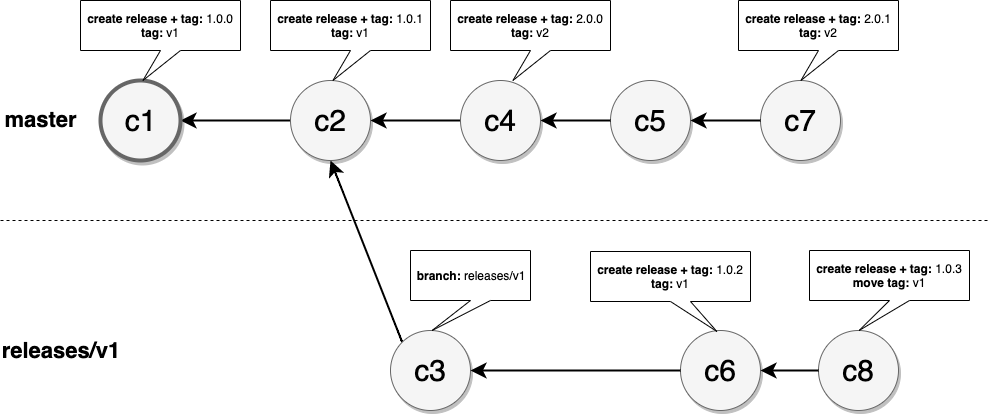
actions/toolkit keeps this draw.io diagram as docs/assets/action-releases.png. Above is the earlier version. Source tidied: cells renumbered, new cells last; positions are measured from the earlier drawing's top-left corner, leaving out a move shared by most shapes.
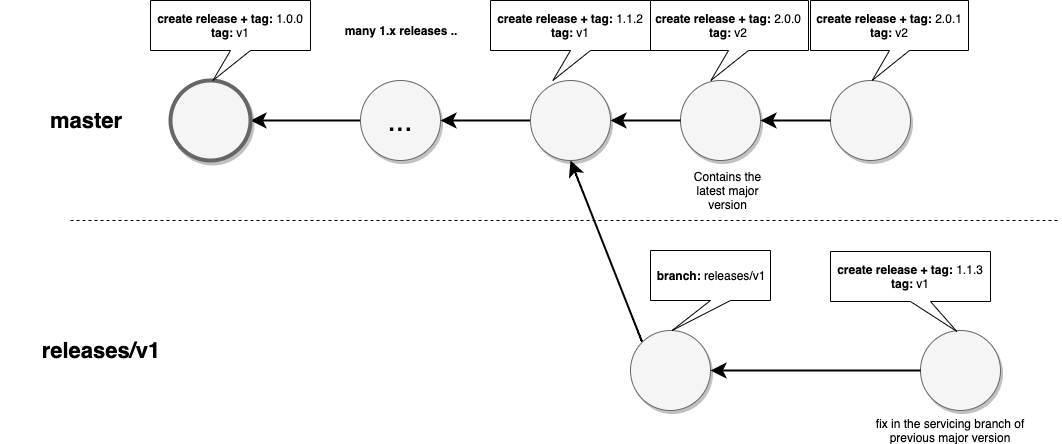
Above is the later version.

Commit message:
update versioning docs for new major versions

The edit, as a diff of the source:
```diff
@@ -5,43 +5,45 @@
     <mxCell id="2" style="edgeStyle=none;curved=1;html=1;startSize=10;endArrow=classic;endFill=1;endSize=10;strokeColor=#000000;strokeWidth=2;fontSize=12;entryX=1;entryY=0.5;entryDx=0;entryDy=0;exitX=0;exitY=0.5;exitDx=0;exitDy=0;" parent="1" edge="1" source="6" target="4">
       <mxGeometry relative="1" as="geometry" />
     </mxCell>
-    <mxCell id="3" style="edgeStyle=none;curved=1;html=1;startSize=10;endFill=1;endSize=10;strokeWidth=2;fontSize=12;exitX=0;exitY=0;exitDx=0;exitDy=0;entryX=0.5;entryY=1;entryDx=0;entryDy=0;" parent="1" edge="1" source="7" target="6">
-      <mxGeometry relative="1" as="geometry" />
+    <mxCell id="3" style="edgeStyle=none;curved=1;html=1;startSize=10;endFill=1;endSize=10;strokeWidth=2;fontSize=12;exitX=0;exitY=0;exitDx=0;exitDy=0;entryX=0.5;entryY=1;entryDx=0;entryDy=0;" parent="1" edge="1" source="7">
+      <mxGeometry relative="1" as="geometry">
+        <mxPoint x="500" y="160" as="targetPoint" />
+      </mxGeometry>
     </mxCell>
-    <mxCell id="4" value="c1" style="ellipse;whiteSpace=wrap;html=1;rounded=0;shadow=1;strokeColor=#666666;strokeWidth=4;fontSize=30;align=center;fillColor=#f5f5f5;" parent="1" vertex="1">
+    <mxCell id="4" style="ellipse;whiteSpace=wrap;html=1;rounded=0;shadow=1;strokeColor=#666666;strokeWidth=4;fontSize=30;align=center;fillColor=#f5f5f5;" parent="1" vertex="1">
       <mxGeometry x="100" y="80" width="80" height="80" as="geometry" />
     </mxCell>
     <mxCell id="5" style="edgeStyle=none;curved=1;html=1;startSize=10;endFill=1;endSize=10;strokeWidth=2;fontSize=12;exitX=0;exitY=0.5;exitDx=0;exitDy=0;entryX=1;entryY=0.5;entryDx=0;entryDy=0;" parent="1" edge="1" source="10" target="6">
       <mxGeometry relative="1" as="geometry" />
     </mxCell>
-    <mxCell id="6" value="c2" style="ellipse;whiteSpace=wrap;html=1;rounded=0;shadow=1;strokeColor=#666666;strokeWidth=1;fontSize=30;align=center;fillColor=#f5f5f5;" parent="1" vertex="1">
+    <mxCell id="6" value="..." style="ellipse;whiteSpace=wrap;html=1;rounded=0;shadow=1;strokeColor=#666666;strokeWidth=1;fontSize=30;align=center;fillColor=#f5f5f5;" parent="1" vertex="1">
       <mxGeometry x="290" y="80" width="80" height="80" as="geometry" />
     </mxCell>
-    <mxCell id="7" value="c3" style="ellipse;whiteSpace=wrap;html=1;rounded=0;shadow=1;strokeColor=#666666;strokeWidth=1;fontSize=30;align=center;fillColor=#f5f5f5;" parent="1" vertex="1">
-      <mxGeometry x="390" y="330" width="80" height="80" as="geometry" />
+    <mxCell id="7" style="ellipse;whiteSpace=wrap;html=1;rounded=0;shadow=1;strokeColor=#666666;strokeWidth=1;fontSize=30;align=center;fillColor=#f5f5f5;" parent="1" vertex="1">
+      <mxGeometry x="560" y="330" width="80" height="80" as="geometry" />
     </mxCell>
-    <mxCell id="8" value="c5" style="ellipse;whiteSpace=wrap;html=1;rounded=0;shadow=1;strokeColor=#666666;strokeWidth=1;fontSize=30;align=center;fillColor=#f5f5f5;" parent="1" vertex="1">
+    <mxCell id="8" style="ellipse;whiteSpace=wrap;html=1;rounded=0;shadow=1;strokeColor=#666666;strokeWidth=1;fontSize=30;align=center;fillColor=#f5f5f5;" parent="1" vertex="1">
       <mxGeometry x="610" y="80" width="80" height="80" as="geometry" />
     </mxCell>
     <mxCell id="9" style="edgeStyle=none;curved=1;html=1;startSize=10;endFill=1;endSize=10;strokeWidth=2;fontSize=12;exitX=0;exitY=0.5;exitDx=0;exitDy=0;entryX=1;entryY=0.5;entryDx=0;entryDy=0;" parent="1" edge="1" source="8" target="10">
       <mxGeometry relative="1" as="geometry" />
     </mxCell>
-    <mxCell id="10" value="c4" style="ellipse;whiteSpace=wrap;html=1;rounded=0;shadow=1;strokeColor=#666666;strokeWidth=1;fontSize=30;align=center;fillColor=#f5f5f5;" parent="1" vertex="1">
+    <mxCell id="10" style="ellipse;whiteSpace=wrap;html=1;rounded=0;shadow=1;strokeColor=#666666;strokeWidth=1;fontSize=30;align=center;fillColor=#f5f5f5;" parent="1" vertex="1">
       <mxGeometry x="460" y="80" width="80" height="80" as="geometry" />
     </mxCell>
     <mxCell id="11" value="&lt;b&gt;branch:&lt;/b&gt;&amp;nbsp;releases/v1" style="shape=callout;whiteSpace=wrap;html=1;perimeter=calloutPerimeter;position2=0.18;" parent="1" vertex="1">
-      <mxGeometry x="410" y="250" width="120" height="80" as="geometry" />
+      <mxGeometry x="580" y="250" width="120" height="80" as="geometry" />
     </mxCell>
-    <mxCell id="12" value="c6" style="ellipse;whiteSpace=wrap;html=1;rounded=0;shadow=1;strokeColor=#666666;strokeWidth=1;fontSize=30;align=center;fillColor=#f5f5f5;" parent="1" vertex="1">
-      <mxGeometry x="680" y="330" width="80" height="80" as="geometry" />
+    <mxCell id="12" style="ellipse;whiteSpace=wrap;html=1;rounded=0;shadow=1;strokeColor=#666666;strokeWidth=1;fontSize=30;align=center;fillColor=#f5f5f5;" parent="1" vertex="1">
+      <mxGeometry x="850" y="330" width="80" height="80" as="geometry" />
     </mxCell>
     <mxCell id="13" style="edgeStyle=none;curved=1;html=1;startSize=10;endFill=1;endSize=10;strokeWidth=2;fontSize=12;exitX=0;exitY=0.5;exitDx=0;exitDy=0;entryX=1;entryY=0.5;entryDx=0;entryDy=0;" parent="1" edge="1" source="12" target="7">
       <mxGeometry relative="1" as="geometry" />
     </mxCell>
-    <mxCell id="14" value="&lt;b&gt;create release + tag:&lt;/b&gt; 1.0.2&lt;br&gt;&lt;b&gt;tag:&lt;/b&gt; v1" style="shape=callout;whiteSpace=wrap;html=1;perimeter=calloutPerimeter;position2=0.79;" parent="1" vertex="1">
-      <mxGeometry x="590" y="251" width="160" height="80" as="geometry" />
+    <mxCell id="14" value="&lt;b&gt;create release + tag:&lt;/b&gt; 1.1.3&lt;br&gt;&lt;b&gt;tag:&lt;/b&gt; v1" style="shape=callout;whiteSpace=wrap;html=1;perimeter=calloutPerimeter;position2=0.79;" parent="1" vertex="1">
+      <mxGeometry x="760" y="251" width="160" height="80" as="geometry" />
     </mxCell>
-    <mxCell id="15" value="c7" style="ellipse;whiteSpace=wrap;html=1;rounded=0;shadow=1;strokeColor=#666666;strokeWidth=1;fontSize=30;align=center;fillColor=#f5f5f5;" parent="1" vertex="1">
+    <mxCell id="15" style="ellipse;whiteSpace=wrap;html=1;rounded=0;shadow=1;strokeColor=#666666;strokeWidth=1;fontSize=30;align=center;fillColor=#f5f5f5;" parent="1" vertex="1">
       <mxGeometry x="760" y="80" width="80" height="80" as="geometry" />
     </mxCell>
     <mxCell id="16" style="edgeStyle=none;curved=1;html=1;startSize=10;endFill=1;endSize=10;strokeWidth=2;fontSize=12;exitX=0;exitY=0.5;exitDx=0;exitDy=0;" parent="1" edge="1" source="15">
@@ -49,20 +51,11 @@
         <mxPoint x="690" y="120" as="targetPoint" />
       </mxGeometry>
     </mxCell>
-    <mxCell id="17" value="c8" style="ellipse;whiteSpace=wrap;html=1;rounded=0;shadow=1;strokeColor=#666666;strokeWidth=1;fontSize=30;align=center;fillColor=#f5f5f5;" parent="1" vertex="1">
-      <mxGeometry x="818" y="330" width="80" height="80" as="geometry" />
-    </mxCell>
-    <mxCell id="18" style="edgeStyle=none;curved=1;html=1;startSize=10;endFill=1;endSize=10;strokeWidth=2;fontSize=12;exitX=0;exitY=0.5;exitDx=0;exitDy=0;entryX=1;entryY=0.5;entryDx=0;entryDy=0;" parent="1" edge="1" source="17" target="12">
-      <mxGeometry relative="1" as="geometry" />
-    </mxCell>
-    <mxCell id="19" value="&lt;b&gt;create release + tag:&lt;/b&gt; 1.0.3&lt;br&gt;&lt;b&gt;move tag:&lt;/b&gt; v1" style="shape=callout;whiteSpace=wrap;html=1;perimeter=calloutPerimeter;position2=0.31;" parent="1" vertex="1">
-      <mxGeometry x="809" y="250" width="160" height="80" as="geometry" />
-    </mxCell>
     <mxCell id="20" value="master" style="text;html=1;strokeColor=none;fillColor=none;align=center;verticalAlign=middle;whiteSpace=wrap;rounded=0;fontStyle=1;fontSize=22;" parent="1" vertex="1">
-      <mxGeometry x="10" y="109" width="60" height="20" as="geometry" />
+      <mxGeometry x="-70" y="110" width="170" height="19" as="geometry" />
     </mxCell>
     <mxCell id="21" value="releases/v1" style="text;html=1;strokeColor=none;fillColor=none;align=center;verticalAlign=middle;whiteSpace=wrap;rounded=0;fontStyle=1;fontSize=22;" parent="1" vertex="1">
-      <mxGeometry y="340" width="120" height="20" as="geometry" />
+      <mxGeometry x="-30" y="340" width="120" height="20" as="geometry" />
     </mxCell>
     <mxCell id="22" style="endArrow=none;dashed=1;html=1;fontSize=22;" parent="1" edge="1">
       <mxGeometry relative="1" as="geometry">
@@ -70,17 +63,26 @@
         <mxPoint x="990" y="220" as="targetPoint" />
       </mxGeometry>
     </mxCell>
-    <mxCell id="23" value="&lt;b&gt;create release + tag:&lt;/b&gt; 1.0.1&lt;br&gt;&lt;b&gt;tag:&lt;/b&gt; v1" style="shape=callout;whiteSpace=wrap;html=1;perimeter=calloutPerimeter;position2=0.39;" parent="1" vertex="1">
-      <mxGeometry x="270" width="160" height="80" as="geometry" />
-    </mxCell>
     <mxCell id="24" value="&lt;b&gt;create release + tag:&lt;/b&gt; 1.0.0&lt;br&gt;&lt;b&gt;tag:&lt;/b&gt; v1" style="shape=callout;whiteSpace=wrap;html=1;perimeter=calloutPerimeter;position2=0.39;" parent="1" vertex="1">
       <mxGeometry x="80" width="160" height="80" as="geometry" />
     </mxCell>
     <mxCell id="25" value="&lt;b&gt;create release + tag:&lt;/b&gt;&amp;nbsp;2.0.0&lt;br&gt;&lt;b&gt;tag:&lt;/b&gt; v2" style="shape=callout;whiteSpace=wrap;html=1;perimeter=calloutPerimeter;position2=0.39;" parent="1" vertex="1">
-      <mxGeometry x="450" width="160" height="80" as="geometry" />
+      <mxGeometry x="578" width="160" height="80" as="geometry" />
     </mxCell>
     <mxCell id="26" value="&lt;b&gt;create release + tag:&lt;/b&gt;&amp;nbsp;2.0.1&lt;br&gt;&lt;b&gt;tag:&lt;/b&gt; v2" style="shape=callout;whiteSpace=wrap;html=1;perimeter=calloutPerimeter;position2=0.39;" parent="1" vertex="1">
-      <mxGeometry x="738" width="160" height="80" as="geometry" />
+      <mxGeometry x="740" width="158" height="80" as="geometry" />
     </mxCell>
+    <mxCell id="27" value="&lt;b&gt;create release + tag:&lt;/b&gt; 1.1.2&lt;br&gt;&lt;b&gt;tag:&lt;/b&gt; v1" style="shape=callout;whiteSpace=wrap;html=1;perimeter=calloutPerimeter;position2=0.39;" parent="1" vertex="1">
+      <mxGeometry x="420" width="160" height="80" as="geometry" />
+    </mxCell>
+    <mxCell id="28" value="many 1.x releases .." style="text;html=1;strokeColor=none;fillColor=none;align=center;verticalAlign=middle;whiteSpace=wrap;rounded=0;fontStyle=1;" parent="1" vertex="1">
+      <mxGeometry x="265" y="20" width="130" height="20" as="geometry" />
+    </mxCell>
+    <mxCell id="29" value="Contains the latest major version" style="text;html=1;strokeColor=none;fillColor=none;align=center;verticalAlign=middle;whiteSpace=wrap;rounded=0;" parent="1" vertex="1">
+      <mxGeometry x="610" y="180" width="95" height="20" as="geometry" />
+    </mxCell>
+    <mxCell id="30" value="fix in the servicing branch of previous major version" style="text;html=1;strokeColor=none;fillColor=none;align=center;verticalAlign=middle;whiteSpace=wrap;rounded=0;" parent="1" vertex="1">
+      <mxGeometry x="790" y="420" width="180" height="20" as="geometry" />
+    </mxCell>
   </root>
 </mxGraphModel>
```
